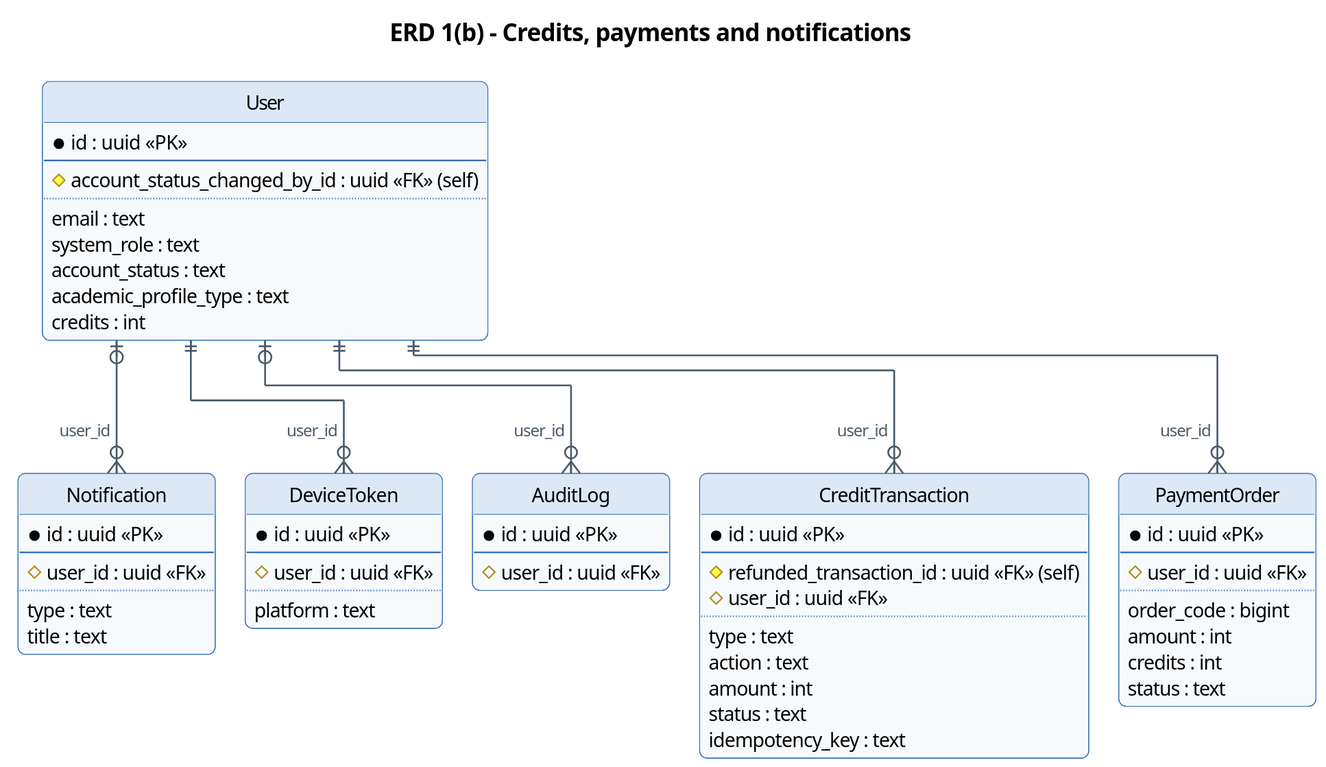
The PlantUML diagram docs/diagrams/report3/R3_ERD1b_Credits_Notifications.svg in Khoa-Hoa-Technology-Solution-Company/lumi-gap, before a commit. Source of this version:
```plantuml
@startuml
!pragma layout elk
skinparam dpi 150
skinparam defaultFontName "Segoe UI"
skinparam defaultFontSize 13
skinparam shadowing false
skinparam roundCorner 10
skinparam ArrowColor #4A5A6A
skinparam ArrowThickness 1.2
skinparam BorderColor #2F6DB5
skinparam BackgroundColor #FFFFFF
skinparam TitleFontSize 16
skinparam TitleFontStyle bold
skinparam usecase {
  BackgroundColor #EAF2FB
  BorderColor #2F6DB5
}
skinparam actor {
  BackgroundColor #FFFFFF
  BorderColor #1B2A3A
}
skinparam entity {
  BackgroundColor #F7FAFD
  BorderColor #2F6DB5
}
skinparam rectangle {
  BackgroundColor #F7F9FC
  BorderColor #2F6DB5
}

hide circle
hide empty methods
skinparam ArrowFontSize 11
skinparam ArrowFontColor #4A5A6A
skinparam class {
  BackgroundColor #F7FAFD
  BorderColor #2F6DB5
  HeaderBackgroundColor #DCE8F6
}
skinparam entity {
  BackgroundColor #F7FAFD
  BorderColor #2F6DB5
}
skinparam stereotypeFontSize 10
title ERD 1(b) - Credits, payments and notifications
entity User {
  * id : uuid <<PK>>
  --
  # account_status_changed_by_id : uuid <<FK>> (self)
  ..
  email : text
  system_role : text
  account_status : text
  academic_profile_type : text
  credits : int
}
entity CreditTransaction {
  * id : uuid <<PK>>
  --
  # refunded_transaction_id : uuid <<FK>> (self)
  # user_id : uuid <<FK>>
  ..
  type : text
  action : text
  amount : int
  status : text
  idempotency_key : text
}
entity PaymentOrder {
  * id : uuid <<PK>>
  --
  # user_id : uuid <<FK>>
  ..
  order_code : bigint
  amount : int
  credits : int
  status : text
}
entity Notification {
  * id : uuid <<PK>>
  --
  # user_id : uuid <<FK>>
  ..
  type : text
  title : text
}
entity DeviceToken {
  * id : uuid <<PK>>
  --
  # user_id : uuid <<FK>>
  ..
  platform : text
}
entity AuditLog {
  * id : uuid <<PK>>
  --
  # user_id : uuid <<FK>>
}
User ||--o{ CreditTransaction : user_id
User ||--o{ PaymentOrder : user_id
User |o--o{ Notification : user_id
User ||--o{ DeviceToken : user_id
User |o--o{ AuditLog : user_id
@enduml
```
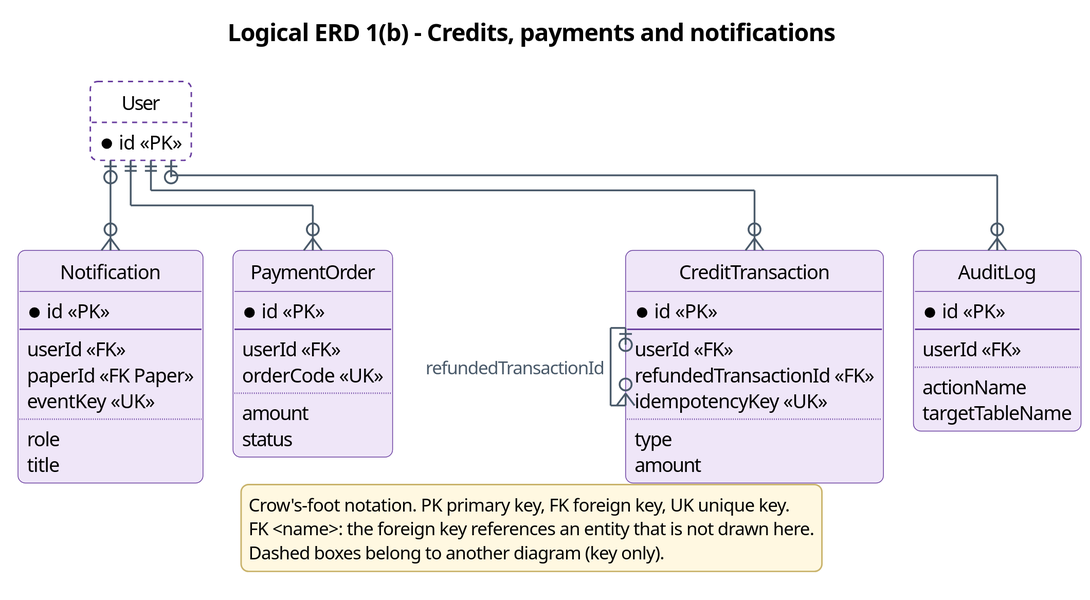
Later version of the same file.

Diff of the diagram source:
```diff
@@ -1,104 +1,78 @@
 @startuml
 !pragma layout elk
-skinparam dpi 150
+skinparam dpi 200
 skinparam defaultFontName "Segoe UI"
 skinparam defaultFontSize 13
 skinparam shadowing false
 skinparam roundCorner 10
+skinparam backgroundColor #FFFFFF
 skinparam ArrowColor #4A5A6A
 skinparam ArrowThickness 1.2
-skinparam BorderColor #2F6DB5
-skinparam BackgroundColor #FFFFFF
+skinparam ArrowFontSize 12
+skinparam ArrowFontColor #4A5A6A
 skinparam TitleFontSize 16
 skinparam TitleFontStyle bold
-skinparam usecase {
-  BackgroundColor #EAF2FB
-  BorderColor #2F6DB5
+skinparam entity {
+  BackgroundColor #EFE6F8
+  BorderColor #6A3FA0
 }
-skinparam actor {
-  BackgroundColor #FFFFFF
-  BorderColor #1B2A3A
+skinparam legend {
+  BackgroundColor #FFF8E1
+  BorderColor #C9B36B
+  FontSize 12
 }
-skinparam entity {
-  BackgroundColor #F7FAFD
-  BorderColor #2F6DB5
-}
-skinparam rectangle {
-  BackgroundColor #F7F9FC
-  BorderColor #2F6DB5
-}
-
+skinparam stereotypeFontSize 10
 hide circle
 hide empty methods
-skinparam ArrowFontSize 11
-skinparam ArrowFontColor #4A5A6A
-skinparam class {
-  BackgroundColor #F7FAFD
-  BorderColor #2F6DB5
-  HeaderBackgroundColor #DCE8F6
+title Logical ERD 1(b) - Credits, payments and notifications
+entity CreditTransaction #EFE6F8;line:6A3FA0 {
+  * id <<PK>>
+  --
+  userId <<FK>>
+  refundedTransactionId <<FK>>
+  idempotencyKey <<UK>>
+  ..
+  type
+  amount
 }
-skinparam entity {
-  BackgroundColor #F7FAFD
-  BorderColor #2F6DB5
+entity PaymentOrder #EFE6F8;line:6A3FA0 {
+  * id <<PK>>
+  --
+  userId <<FK>>
+  orderCode <<UK>>
+  ..
+  amount
+  status
 }
-skinparam stereotypeFontSize 10
-title ERD 1(b) - Credits, payments and notifications
-entity User {
-  * id : uuid <<PK>>
+entity Notification #EFE6F8;line:6A3FA0 {
+  * id <<PK>>
   --
-  # account_status_changed_by_id : uuid <<FK>> (self)
+  userId <<FK>>
+  paperId <<FK Paper>>
+  eventKey <<UK>>
   ..
-  email : text
-  system_role : text
-  account_status : text
-  academic_profile_type : text
-  credits : int
+  role
+  title
 }
-entity CreditTransaction {
-  * id : uuid <<PK>>
+entity AuditLog #EFE6F8;line:6A3FA0 {
+  * id <<PK>>
   --
-  # refunded_transaction_id : uuid <<FK>> (self)
-  # user_id : uuid <<FK>>
+  userId <<FK>>
   ..
-  type : text
-  action : text
-  amount : int
-  status : text
-  idempotency_key : text
+  actionName
+  targetTableName
 }
-entity PaymentOrder {
-  * id : uuid <<PK>>
-  --
-  # user_id : uuid <<FK>>
-  ..
-  order_code : bigint
-  amount : int
-  credits : int
-  status : text
+entity User #FFFFFF;line:6A3FA0;line.dashed {
+  * id <<PK>>
 }
-entity Notification {
-  * id : uuid <<PK>>
-  --
-  # user_id : uuid <<FK>>
-  ..
-  type : text
-  title : text
-}
-entity DeviceToken {
-  * id : uuid <<PK>>
-  --
-  # user_id : uuid <<FK>>
-  ..
-  platform : text
-}
-entity AuditLog {
-  * id : uuid <<PK>>
-  --
-  # user_id : uuid <<FK>>
-}
-User ||--o{ CreditTransaction : user_id
-User ||--o{ PaymentOrder : user_id
-User |o--o{ Notification : user_id
-User ||--o{ DeviceToken : user_id
-User |o--o{ AuditLog : user_id
+CreditTransaction |o--o{ CreditTransaction : refundedTransactionId
+User |o--o{ AuditLog
+User ||--o{ CreditTransaction
+User |o--o{ Notification
+User ||--o{ PaymentOrder
+legend bottom
+Crow's-foot notation. PK primary key, FK foreign key, UK unique key.
+FK <name>: the foreign key references an entity that is not drawn here.
+Dashed boxes belong to another diagram (key only).
+endlegend
 @enduml
```
